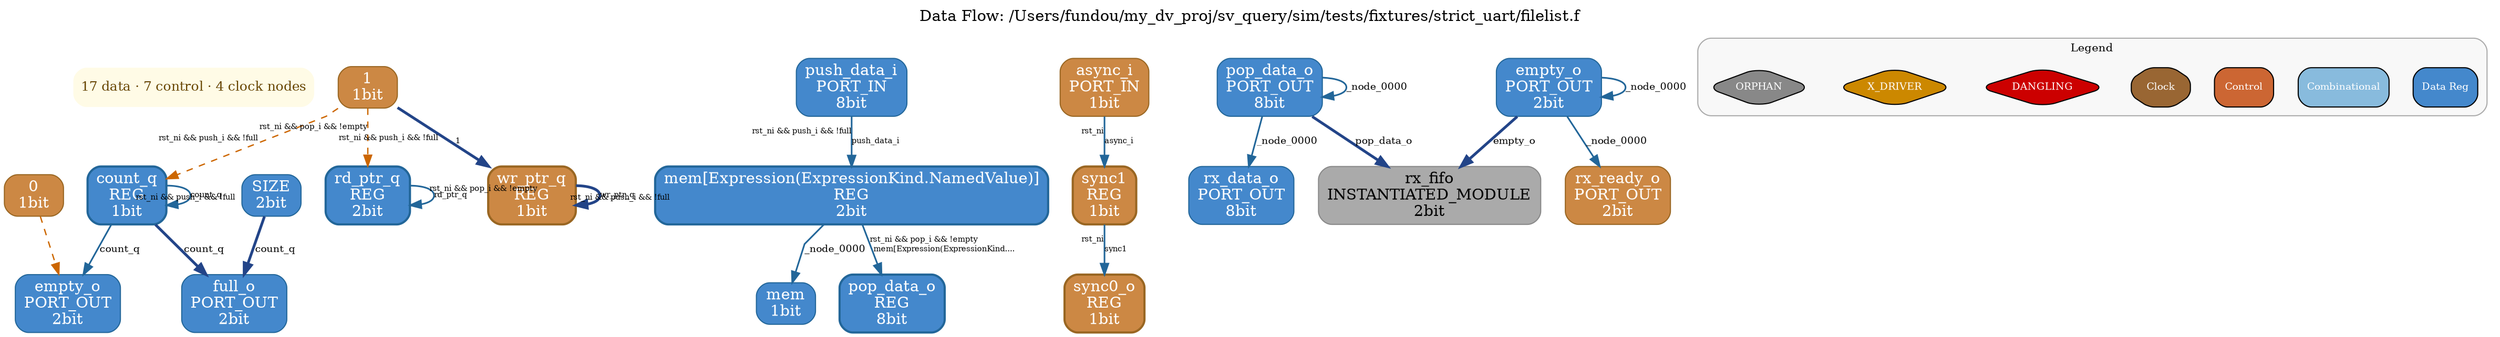
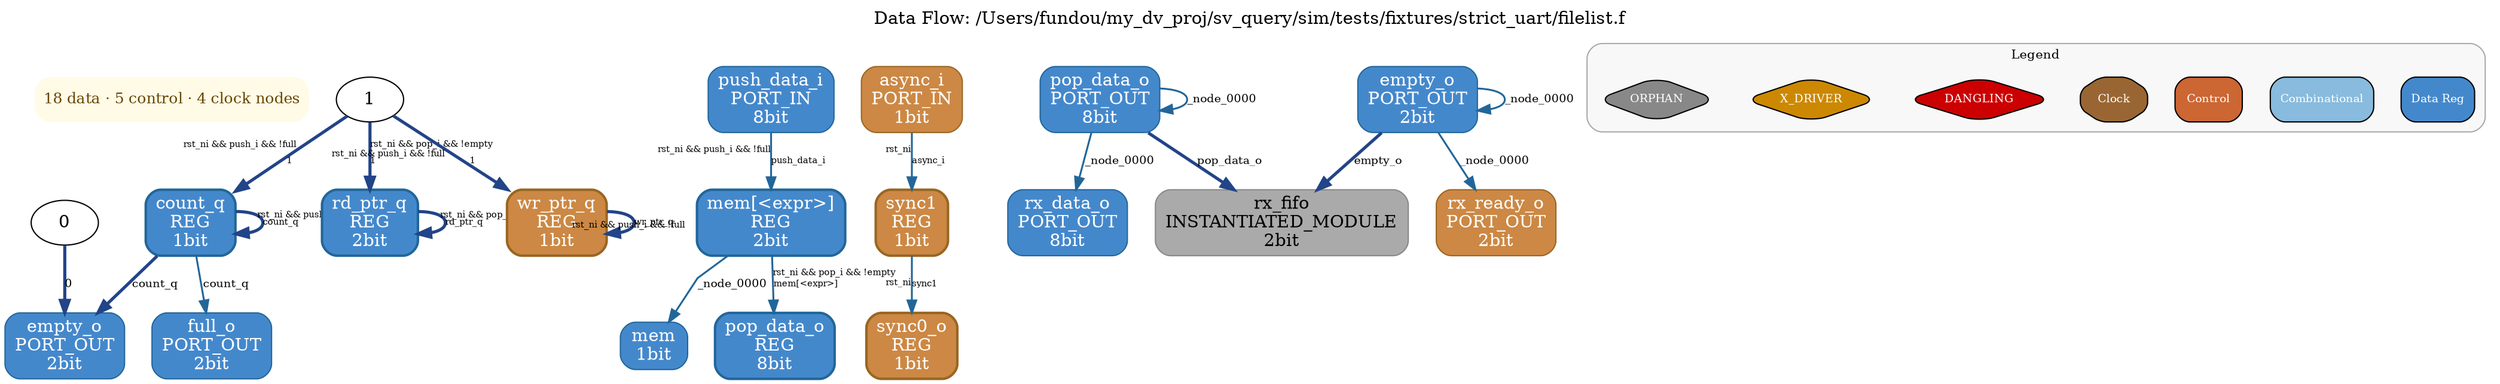
digraph dataflow {
  rankdir=TB;
  label="Data Flow: /Users/fundou/my_dv_proj/sv_query/sim/tests/fixtures/strict_uart/filelist.f";
  labelloc=t;
  fontsize=14;
  ranksep=0.5;
  nodesep=0.3;
  splines=polyline;

  // === TL;DR ===
-   TLDR [shape=plaintext, label="17 data · 7 control · 4 clock nodes",
+   TLDR [shape=plaintext, label="18 data · 5 control · 4 clock nodes",
        fontsize=12, fontcolor="#664400",
        fillcolor="#fffbe6", style="rounded,filled",
        margin=0.1];

  // === Nodes ===
-   "0" [label="0\n1bit" shape=box style="rounded,filled" fillcolor="#cc8844" color="#996622" fontcolor="white" penwidth=1];
-   "1" [label="1\n1bit" shape=box style="rounded,filled" fillcolor="#cc8844" color="#996622" fontcolor="white" penwidth=1];
-   "sync_fifo.SIZE" [label="SIZE\n2bit" shape=box style="rounded,filled" fillcolor="#4488cc" color="#226699" fontcolor="white" penwidth=1];
  "sync_fifo.count_q" [label="count_q\nREG\n1bit" shape=box style="rounded,filled" fillcolor="#4488cc" color="#226699" fontcolor="white" penwidth=2];
  "sync_fifo.empty_o" [label="empty_o\nPORT_OUT\n2bit" shape=box style="rounded,filled" fillcolor="#4488cc" color="#226699" fontcolor="white" penwidth=1];
  "sync_fifo.full_o" [label="full_o\nPORT_OUT\n2bit" shape=box style="rounded,filled" fillcolor="#4488cc" color="#226699" fontcolor="white" penwidth=1];
  "sync_fifo.mem" [label="mem\n1bit" shape=box style="rounded,filled" fillcolor="#4488cc" color="#226699" fontcolor="white" penwidth=1];
-   "sync_fifo.mem[Expression(ExpressionKind.NamedValue)]" [label="mem[Expression(ExpressionKind.NamedValue)]\nREG\n2bit" shape=box style="rounded,filled" fillcolor="#4488cc" color="#226699" fontcolor="white" penwidth=2];
+   "sync_fifo.mem[<expr>]" [label="mem[<expr>]\nREG\n2bit" shape=box style="rounded,filled" fillcolor="#4488cc" color="#226699" fontcolor="white" penwidth=2];
  "sync_fifo.pop_data_o" [label="pop_data_o\nREG\n8bit" shape=box style="rounded,filled" fillcolor="#4488cc" color="#226699" fontcolor="white" penwidth=2];
  "sync_fifo.push_data_i" [label="push_data_i\nPORT_IN\n8bit" shape=box style="rounded,filled" fillcolor="#4488cc" color="#226699" fontcolor="white" penwidth=1];
  "sync_fifo.rd_ptr_q" [label="rd_ptr_q\nREG\n2bit" shape=box style="rounded,filled" fillcolor="#4488cc" color="#226699" fontcolor="white" penwidth=2];
  "sync_fifo.wr_ptr_q" [label="wr_ptr_q\nREG\n1bit" shape=box style="rounded,filled" fillcolor="#cc8844" color="#996622" fontcolor="white" penwidth=2];
  "synchronizer.async_i" [label="async_i\nPORT_IN\n1bit" shape=box style="rounded,filled" fillcolor="#cc8844" color="#996622" fontcolor="white" penwidth=1];
  "synchronizer.sync0_o" [label="sync0_o\nREG\n1bit" shape=box style="rounded,filled" fillcolor="#cc8844" color="#996622" fontcolor="white" penwidth=2];
  "synchronizer.sync1" [label="sync1\nREG\n1bit" shape=box style="rounded,filled" fillcolor="#cc8844" color="#996622" fontcolor="white" penwidth=2];
  "uart_top.rx_data_o" [label="rx_data_o\nPORT_OUT\n8bit" shape=box style="rounded,filled" fillcolor="#4488cc" color="#226699" fontcolor="white" penwidth=1];
  "uart_top.rx_fifo" [label="rx_fifo\nINSTANTIATED_MODULE\n2bit" shape=box style="rounded,filled" fillcolor="#aaaaaa" color="#888888" fontcolor="black" penwidth=1];
  "uart_top.rx_fifo.empty_o" [label="empty_o\nPORT_OUT\n2bit" shape=box style="rounded,filled" fillcolor="#4488cc" color="#226699" fontcolor="white" penwidth=1];
  "uart_top.rx_fifo.pop_data_o" [label="pop_data_o\nPORT_OUT\n8bit" shape=box style="rounded,filled" fillcolor="#4488cc" color="#226699" fontcolor="white" penwidth=1];
  "uart_top.rx_ready_o" [label="rx_ready_o\nPORT_OUT\n2bit" shape=box style="rounded,filled" fillcolor="#cc8844" color="#996622" fontcolor="white" penwidth=1];

  // === Data Edges ===
  "synchronizer.async_i" -> "synchronizer.sync1" [color="#226699", style=solid, penwidth=1.5, label="async_i", fontsize=9, xlabel="rst_ni", fontsize=7];
  "synchronizer.sync1" -> "synchronizer.sync0_o" [color="#226699", style=solid, penwidth=1.5, label="sync1", fontsize=9, xlabel="rst_ni", fontsize=7];
-   "sync_fifo.push_data_i" -> "sync_fifo.mem[Expression(ExpressionKind.NamedValue)]" [color="#226699", style=solid, penwidth=1.5, label="push_data_i", fontsize=9, xlabel="rst_ni && push_i && !full", fontsize=7];
-   "sync_fifo.count_q" -> "sync_fifo.empty_o" [color="#226699", style=solid, penwidth=1.5, label="count_q", fontsize=9];
-   "sync_fifo.count_q" -> "sync_fifo.full_o" [color="#226699", style=solid, penwidth=1.5, label="count_q", fontsize=9, penwidth=2.5, color="#224488"];
-   "sync_fifo.count_q" -> "sync_fifo.count_q" [color="#226699", style=solid, penwidth=1.5, label="count_q", fontsize=9, xlabel="rst_ni && push_i && !full", fontsize=7];
+   "sync_fifo.push_data_i" -> "sync_fifo.mem[<expr>]" [color="#226699", style=solid, penwidth=1.5, label="push_data_i", fontsize=9, xlabel="rst_ni && push_i && !full", fontsize=7];
+   "sync_fifo.count_q" -> "sync_fifo.empty_o" [color="#226699", style=solid, penwidth=1.5, label="count_q", fontsize=9, penwidth=2.5, color="#224488"];
+   "sync_fifo.count_q" -> "sync_fifo.full_o" [color="#226699", style=solid, penwidth=1.5, label="count_q", fontsize=9];
+   "sync_fifo.count_q" -> "sync_fifo.count_q" [color="#226699", style=solid, penwidth=1.5, label="count_q", fontsize=9, xlabel="rst_ni && push_i && !full", fontsize=7, penwidth=2.5, color="#224488"];
  "sync_fifo.wr_ptr_q" -> "sync_fifo.wr_ptr_q" [color="#226699", style=solid, penwidth=1.5, label="wr_ptr_q", fontsize=9, xlabel="rst_ni && push_i && !full", fontsize=7, penwidth=2.5, color="#224488"];
-   "sync_fifo.SIZE" -> "sync_fifo.full_o" [color="#226699", style=solid, penwidth=1.5, label="count_q", fontsize=9, penwidth=2.5, color="#224488"];
-   "sync_fifo.rd_ptr_q" -> "sync_fifo.rd_ptr_q" [color="#226699", style=solid, penwidth=1.5, label="rd_ptr_q", fontsize=9, xlabel="rst_ni && pop_i && !empty", fontsize=7];
-   "sync_fifo.mem[Expression(ExpressionKind.NamedValue)]" -> "sync_fifo.pop_data_o" [color="#226699", style=solid, penwidth=1.5, label="mem[Expression(ExpressionKind....", fontsize=9, xlabel="rst_ni && pop_i && !empty", fontsize=7];
-   "sync_fifo.mem[Expression(ExpressionKind.NamedValue)]" -> "sync_fifo.mem" [color="#226699", style=solid, penwidth=1.5, label="_node_0000", fontsize=9];
+   "sync_fifo.rd_ptr_q" -> "sync_fifo.rd_ptr_q" [color="#226699", style=solid, penwidth=1.5, label="rd_ptr_q", fontsize=9, xlabel="rst_ni && pop_i && !empty", fontsize=7, penwidth=2.5, color="#224488"];
+   "sync_fifo.mem[<expr>]" -> "sync_fifo.pop_data_o" [color="#226699", style=solid, penwidth=1.5, label="mem[<expr>]", fontsize=9, xlabel="rst_ni && pop_i && !empty", fontsize=7];
+   "sync_fifo.mem[<expr>]" -> "sync_fifo.mem" [color="#226699", style=solid, penwidth=1.5, label="_node_0000", fontsize=9];
  "uart_top.rx_fifo.pop_data_o" -> "uart_top.rx_fifo.pop_data_o" [color="#226699", style=solid, penwidth=1.5, label="_node_0000", fontsize=9];
  "uart_top.rx_fifo.pop_data_o" -> "uart_top.rx_data_o" [color="#226699", style=solid, penwidth=1.5, label="_node_0000", fontsize=9];
  "uart_top.rx_fifo.pop_data_o" -> "uart_top.rx_fifo" [color="#226699", style=solid, penwidth=1.5, label="pop_data_o", fontsize=9, penwidth=2.5, color="#224488"];
  "uart_top.rx_fifo.empty_o" -> "uart_top.rx_fifo.empty_o" [color="#226699", style=solid, penwidth=1.5, label="_node_0000", fontsize=9];
  "uart_top.rx_fifo.empty_o" -> "uart_top.rx_ready_o" [color="#226699", style=solid, penwidth=1.5, label="_node_0000", fontsize=9];
  "uart_top.rx_fifo.empty_o" -> "uart_top.rx_fifo" [color="#226699", style=solid, penwidth=1.5, label="empty_o", fontsize=9, penwidth=2.5, color="#224488"];
+   "0" -> "sync_fifo.empty_o" [color="#226699", style=solid, penwidth=1.5, label="0", fontsize=9, penwidth=2.5, color="#224488"];
  "1" -> "sync_fifo.wr_ptr_q" [color="#226699", style=solid, penwidth=1.5, label="1", fontsize=9, xlabel="rst_ni && push_i && !full", fontsize=7, penwidth=2.5, color="#224488"];
+   "1" -> "sync_fifo.rd_ptr_q" [color="#226699", style=solid, penwidth=1.5, label="1", fontsize=9, xlabel="rst_ni && pop_i && !empty", fontsize=7, penwidth=2.5, color="#224488"];
+   "1" -> "sync_fifo.count_q" [color="#226699", style=solid, penwidth=1.5, label="1", fontsize=9, xlabel="rst_ni && push_i && !full", fontsize=7, penwidth=2.5, color="#224488"];

  // === Key Control Edges ===
-   "0" -> "sync_fifo.empty_o" [color="#CC6600", style=dashed, penwidth=1.2];
-   "1" -> "sync_fifo.rd_ptr_q" [color="#CC6600", style=dashed, penwidth=1.2, xlabel="rst_ni && pop_i && !empty", fontsize=7];
-   "1" -> "sync_fifo.count_q" [color="#CC6600", style=dashed, penwidth=1.2, xlabel="rst_ni && push_i && !full", fontsize=7];

  // === Legend ===
  subgraph cluster_legend {
    label="Legend";
    style="rounded,filled";
    fillcolor="#f8f8f8";
    color="#aaaaaa";
    fontsize=10;
    rank=sink;
    "legend_dataflow_0" [label="Data Reg" shape=box,style="filled,rounded" fillcolor="#4488cc" fontcolor="white" fontsize=9];
    "legend_dataflow_1" [label="Combinational" shape=box,style="filled,rounded" fillcolor="#88bbdd" fontcolor="white" fontsize=9];
    "legend_dataflow_2" [label="Control" shape=box,style=dashed,style="filled,rounded" fillcolor="#cc6633" fontcolor="white" fontsize=9];
    "legend_dataflow_3" [label="Clock" shape=octagon,style="filled,rounded" fillcolor="#996633" fontcolor="white" fontsize=9];
    "legend_dataflow_4" [label="DANGLING" shape=diamond,style="filled,rounded" fillcolor="#cc0000" fontcolor="white" fontsize=9];
    "legend_dataflow_5" [label="X_DRIVER" shape=diamond,style="filled,rounded" fillcolor="#cc8800" fontcolor="white" fontsize=9];
    "legend_dataflow_6" [label="ORPHAN" shape=diamond,style="filled,rounded" fillcolor="#888888" fontcolor="white" fontsize=9];
  }
}